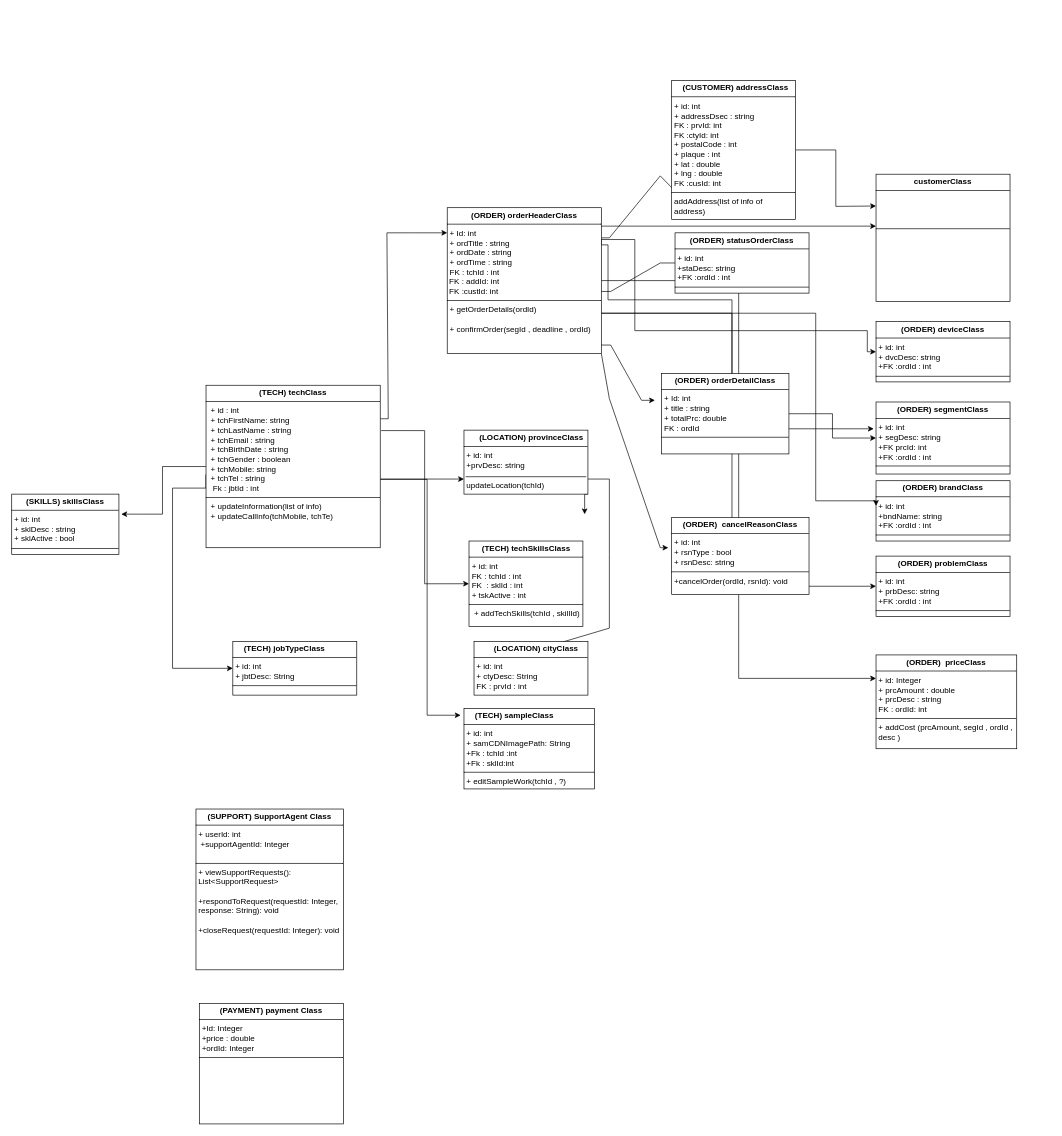
Before: tech.drawio in reyhanehSP/pwaTech, a draw.io diagram. Source tidied: cells renumbered, new cells numbered last; positions are measured from the earlier drawing's top-left corner, leaving out a move shared by most shapes. Both pictures are drawn from the tidied source at 67%, with x=0, y=0 at pixel (11, 80).
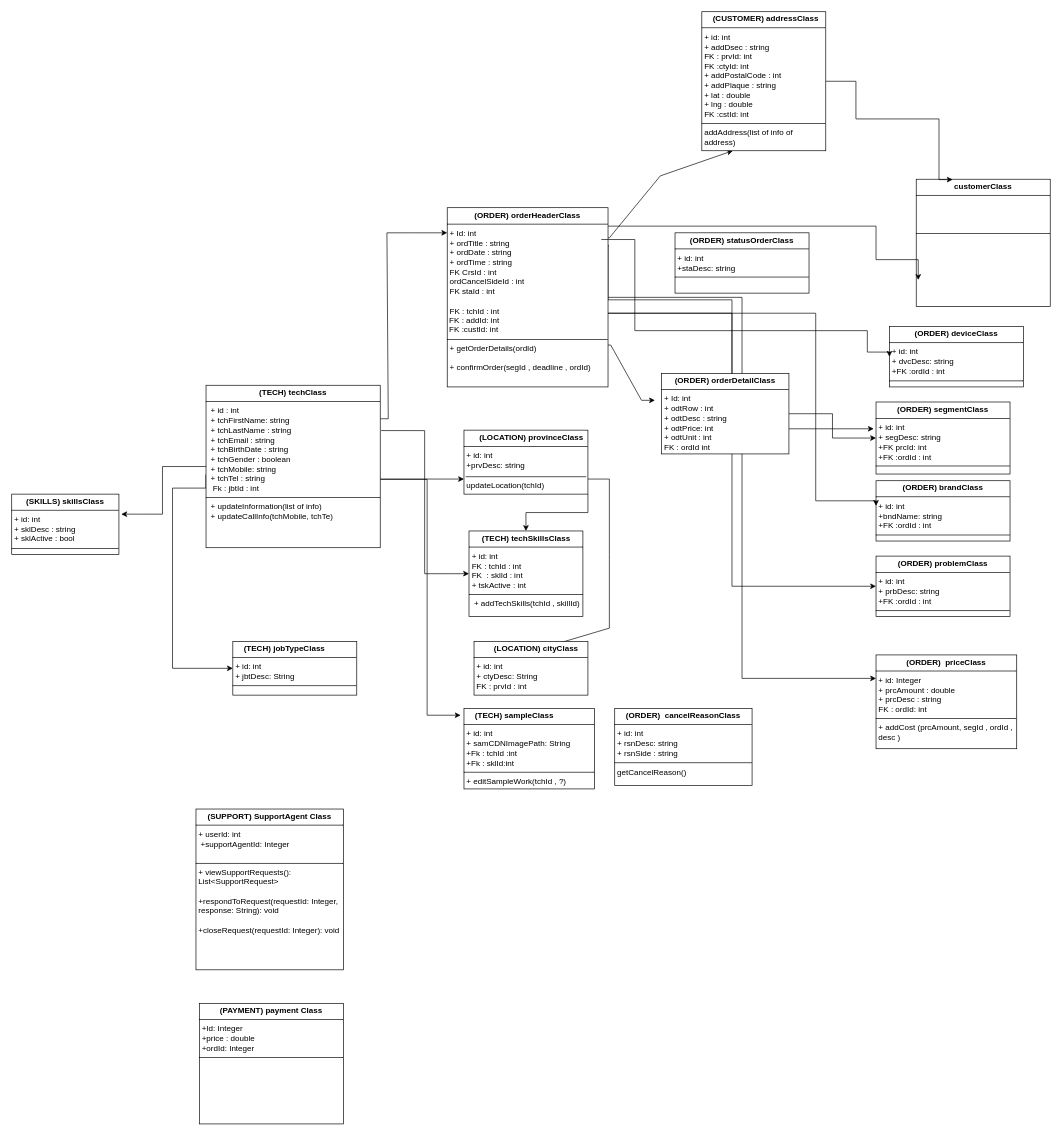
The same diagram, later.

Unchanged cells that the change refers to:
```xml
<mxCell id="23" value="&lt;p style=&quot;text-align: left; margin: 4px 0px 0px;&quot;&gt;&lt;b style=&quot;background-color: initial;&quot;&gt;&amp;nbsp; &amp;nbsp; &amp;nbsp; &amp;nbsp;(&lt;/b&gt;&lt;b style=&quot;background-color: initial;&quot;&gt;LOCATION&lt;/b&gt;&lt;b style=&quot;background-color: initial;&quot;&gt;) p&lt;/b&gt;&lt;span style=&quot;background-color: initial;&quot;&gt;&lt;b&gt;rovinceC&lt;/b&gt;&lt;/span&gt;&lt;b&gt;lass&lt;/b&gt;&lt;/p&gt;&lt;hr size=&quot;1&quot; style=&quot;border-style:solid;&quot;&gt;&lt;p style=&quot;margin:0px;margin-left:4px;&quot;&gt;+ id: int&lt;/p&gt;&lt;p style=&quot;margin:0px;margin-left:4px;&quot;&gt;+prvDesc: string&lt;br&gt;&lt;br&gt;&lt;/p&gt;&lt;p style=&quot;margin:0px;margin-left:4px;&quot;&gt;updateLocation(tchId)&lt;br&gt;&lt;/p&gt;" style="verticalAlign=top;align=left;overflow=fill;html=1;whiteSpace=wrap;" parent="1" vertex="1">
  <mxGeometry x="675" y="522.5" width="185" height="95.5" as="geometry" />
</mxCell>
```

The edit, as a diff of the source:
```diff
@@
     <mxCell id="8" value="&lt;p style=&quot;margin:0px;margin-top:4px;text-align:center;&quot;&gt;&lt;b style=&quot;background-color: initial;&quot;&gt;(&lt;/b&gt;&lt;b&gt;TECH&lt;/b&gt;&lt;b style=&quot;background-color: initial;&quot;&gt;) tech&lt;/b&gt;&lt;b&gt;&lt;span style=&quot;background-color: initial; text-align: left;&quot;&gt;SkillsC&lt;/span&gt;lass&lt;/b&gt;&lt;/p&gt;&lt;hr size=&quot;1&quot; style=&quot;border-style:solid;&quot;&gt;&lt;p style=&quot;margin:0px;margin-left:4px;&quot;&gt;+ id: int&lt;/p&gt;&lt;p style=&quot;margin:0px;margin-left:4px;&quot;&gt;FK : tchId : int&lt;/p&gt;&lt;p style=&quot;margin:0px;margin-left:4px;&quot;&gt;FK&amp;nbsp; : sklId : int&lt;/p&gt;&lt;p style=&quot;margin:0px;margin-left:4px;&quot;&gt;+ tskActive : int&lt;/p&gt;&lt;hr size=&quot;1&quot; style=&quot;border-style:solid;&quot;&gt;&lt;p style=&quot;margin:0px;margin-left:4px;&quot;&gt;&amp;nbsp;+ addTech&lt;span style=&quot;background-color: initial;&quot;&gt;Skills(tchId , skillId)&lt;/span&gt;&lt;/p&gt;" style="verticalAlign=top;align=left;overflow=fill;html=1;whiteSpace=wrap;" parent="1" vertex="1">
-      <mxGeometry x="682.5" y="688" width="170" height="127.5" as="geometry" />
+      <mxGeometry x="682.5" y="673" width="170" height="127.5" as="geometry" />
     </mxCell>
@@
-    <mxCell id="10" style="edgeStyle=orthogonalEdgeStyle;rounded=0;jettySize=auto;html=1;entryX=1;entryY=0.5;entryDx=0;entryDy=0;noEdgeStyle=1;orthogonal=1;" parent="1" edge="1" source="14" target="29">
-      <mxGeometry relative="1" as="geometry">
-        <Array as="points">
-          <mxPoint x="894" y="315.5" />
-          <mxPoint x="968" y="273" />
-        </Array>
-      </mxGeometry>
-    </mxCell>
@@
-    <mxCell id="14" value="&lt;p style=&quot;margin:0px;margin-top:4px;text-align:center;&quot;&gt;&lt;b&gt;(ORDER)&amp;nbsp;&lt;/b&gt;&lt;b style=&quot;background-color: initial;&quot;&gt;orderHeaderClass&lt;/b&gt;&lt;/p&gt;&lt;hr size=&quot;1&quot; style=&quot;border-style:solid;&quot;&gt;&lt;p style=&quot;margin:0px;margin-left:4px;&quot;&gt;+ Id: int&lt;/p&gt;&lt;p style=&quot;margin:0px;margin-left:4px;&quot;&gt;+ ordTitle : string&lt;/p&gt;&lt;p style=&quot;margin:0px;margin-left:4px;&quot;&gt;+ ordDate : string&lt;br&gt;+ ordTime : string&lt;br&gt;&lt;/p&gt;&lt;p style=&quot;margin:0px;margin-left:4px;&quot;&gt;&lt;span style=&quot;background-color: initial;&quot;&gt;FK : tchId : int&lt;/span&gt;&lt;/p&gt;&amp;nbsp;FK : addId: int&lt;div&gt;&amp;nbsp;FK :custId: int&lt;br&gt;&lt;hr size=&quot;1&quot; style=&quot;border-style:solid;&quot;&gt;&lt;p style=&quot;margin:0px;margin-left:4px;&quot;&gt;+ getOrderDetails(ordId)&lt;/p&gt;&lt;p style=&quot;margin:0px;margin-left:4px;&quot;&gt;&lt;br&gt;+ confirmOrder(segId , deadline , ordId)&lt;/p&gt;&lt;p style=&quot;margin:0px;margin-left:4px;&quot;&gt;&lt;br&gt;&lt;/p&gt;&lt;p style=&quot;margin:0px;margin-left:4px;&quot;&gt;&lt;br&gt;&lt;/p&gt;&lt;p style=&quot;margin:0px;margin-left:4px;&quot;&gt;&amp;nbsp;&lt;/p&gt;&lt;p style=&quot;margin:0px;margin-left:4px;&quot;&gt;&lt;br&gt;&lt;br&gt;&lt;/p&gt;&lt;/div&gt;" style="verticalAlign=top;align=left;overflow=fill;html=1;whiteSpace=wrap;" parent="1" vertex="1">
-      <mxGeometry x="650" y="190.5" width="230" height="217.5" as="geometry" />
+    <mxCell id="14" value="&lt;p style=&quot;margin:0px;margin-top:4px;text-align:center;&quot;&gt;&lt;b&gt;(ORDER)&amp;nbsp;&lt;/b&gt;&lt;b style=&quot;background-color: initial;&quot;&gt;orderHeaderClass&lt;/b&gt;&lt;/p&gt;&lt;hr size=&quot;1&quot; style=&quot;border-style:solid;&quot;&gt;&lt;p style=&quot;margin:0px;margin-left:4px;&quot;&gt;+ Id: int&lt;/p&gt;&lt;p style=&quot;margin:0px;margin-left:4px;&quot;&gt;+ ordTitle : string&lt;/p&gt;&lt;p style=&quot;margin:0px;margin-left:4px;&quot;&gt;+ ordDate : string&lt;br&gt;+ ordTime : string&lt;br&gt;&lt;/p&gt;&lt;p style=&quot;margin:0px;margin-left:4px;&quot;&gt;FK CrsId : int&lt;/p&gt;&lt;p style=&quot;margin:0px;margin-left:4px;&quot;&gt;ordCancelSideId : int&lt;/p&gt;&lt;p style=&quot;margin:0px;margin-left:4px;&quot;&gt;FK staId : int&lt;/p&gt;&lt;p style=&quot;margin:0px;margin-left:4px;&quot;&gt;&lt;br&gt;&lt;/p&gt;&lt;p style=&quot;margin:0px;margin-left:4px;&quot;&gt;&lt;span style=&quot;background-color: initial;&quot;&gt;FK : tchId : int&lt;/span&gt;&lt;/p&gt;&amp;nbsp;FK : addId: int&lt;div&gt;&amp;nbsp;FK :custId: int&lt;br&gt;&lt;hr size=&quot;1&quot; style=&quot;border-style:solid;&quot;&gt;&lt;p style=&quot;margin:0px;margin-left:4px;&quot;&gt;+ getOrderDetails(ordId)&lt;/p&gt;&lt;p style=&quot;margin:0px;margin-left:4px;&quot;&gt;&lt;br&gt;+ confirmOrder(segId , deadline , ordId)&lt;/p&gt;&lt;p style=&quot;margin:0px;margin-left:4px;&quot;&gt;&lt;br&gt;&lt;/p&gt;&lt;p style=&quot;margin:0px;margin-left:4px;&quot;&gt;&lt;br&gt;&lt;/p&gt;&lt;p style=&quot;margin:0px;margin-left:4px;&quot;&gt;&amp;nbsp;&lt;/p&gt;&lt;p style=&quot;margin:0px;margin-left:4px;&quot;&gt;&lt;br&gt;&lt;br&gt;&lt;/p&gt;&lt;/div&gt;" style="verticalAlign=top;align=left;overflow=fill;html=1;whiteSpace=wrap;" parent="1" vertex="1">
+      <mxGeometry x="650" y="190.5" width="240" height="267.5" as="geometry" />
     </mxCell>
@@
     <mxCell id="18" value="&lt;p style=&quot;margin:0px;margin-top:4px;text-align:center;&quot;&gt;&lt;b&gt;customerClass&lt;/b&gt;&lt;/p&gt;&lt;hr size=&quot;1&quot; style=&quot;border-style:solid;&quot;&gt;&lt;p style=&quot;margin:0px;margin-left:4px;&quot;&gt;&lt;br&gt;&lt;br&gt;&lt;/p&gt;&lt;p style=&quot;margin:0px;margin-left:4px;&quot;&gt;&amp;nbsp;&lt;br&gt;&lt;/p&gt;&lt;hr size=&quot;1&quot; style=&quot;border-style:solid;&quot;&gt;&lt;p style=&quot;margin:0px;margin-left:4px;&quot;&gt;&amp;nbsp;&lt;br&gt;&lt;/p&gt;" style="verticalAlign=top;align=left;overflow=fill;html=1;whiteSpace=wrap;" parent="1" vertex="1">
-      <mxGeometry x="1290" y="140.5" width="200" height="190" as="geometry" />
+      <mxGeometry x="1350" y="148" width="200" height="190" as="geometry" />
     </mxCell>
-    <mxCell id="19" style="edgeStyle=orthogonalEdgeStyle;rounded=0;jettySize=auto;html=1;" parent="1" edge="1" source="20">
+    <mxCell id="19" style="edgeStyle=orthogonalEdgeStyle;rounded=0;jettySize=auto;html=1;entryX=0.272;entryY=0.003;entryDx=0;entryDy=0;entryPerimeter=0;" parent="1" edge="1" source="20" target="18">
       <mxGeometry relative="1" as="geometry">
-        <mxPoint x="1290" y="188" as="targetPoint" />
+        <Array as="points">
+          <mxPoint x="1260" y="2" />
+          <mxPoint x="1260" y="58" />
+          <mxPoint x="1384" y="58" />
+        </Array>
       </mxGeometry>
     </mxCell>
-    <mxCell id="20" value="&lt;p style=&quot;text-align: left; margin: 4px 0px 0px;&quot;&gt;&lt;b style=&quot;background-color: initial;&quot;&gt;&amp;nbsp; &amp;nbsp; &amp;nbsp;(CUSTOMER) a&lt;/b&gt;&lt;b&gt;&lt;span style=&quot;background-color: initial;&quot;&gt;ddressC&lt;/span&gt;lass&lt;/b&gt;&lt;/p&gt;&lt;hr size=&quot;1&quot; style=&quot;border-style:solid;&quot;&gt;&lt;p style=&quot;margin:0px;margin-left:4px;&quot;&gt;+ id: int&lt;/p&gt;&lt;p style=&quot;margin:0px;margin-left:4px;&quot;&gt;+ addressDsec : string&lt;/p&gt;&lt;p style=&quot;margin:0px;margin-left:4px;&quot;&gt;FK : prvId: int&lt;/p&gt;&lt;p style=&quot;margin:0px;margin-left:4px;&quot;&gt;FK :ctyId: int&lt;/p&gt;&lt;p style=&quot;margin:0px;margin-left:4px;&quot;&gt;+ postalCode : int&lt;br&gt;+ plaque : int&lt;/p&gt;&lt;p style=&quot;margin:0px;margin-left:4px;&quot;&gt;&lt;span style=&quot;background-color: initial;&quot;&gt;+ lat : double&lt;/span&gt;&lt;/p&gt;&lt;p style=&quot;margin:0px;margin-left:4px;&quot;&gt;+ lng : double&lt;/p&gt;&lt;p style=&quot;margin:0px;margin-left:4px;&quot;&gt;FK :cusId: int&lt;/p&gt;&lt;hr size=&quot;1&quot; style=&quot;border-style:solid;&quot;&gt;&lt;p style=&quot;margin:0px;margin-left:4px;&quot;&gt;addAddress(list of info of address)&lt;/p&gt;" style="verticalAlign=top;align=left;overflow=fill;html=1;whiteSpace=wrap;" parent="1" vertex="1">
-      <mxGeometry x="985" y="0.5" width="185" height="207.5" as="geometry" />
+    <mxCell id="20" value="&lt;p style=&quot;text-align: left; margin: 4px 0px 0px;&quot;&gt;&lt;b style=&quot;background-color: initial;&quot;&gt;&amp;nbsp; &amp;nbsp; &amp;nbsp;(CUSTOMER) a&lt;/b&gt;&lt;b&gt;&lt;span style=&quot;background-color: initial;&quot;&gt;ddressC&lt;/span&gt;lass&lt;/b&gt;&lt;/p&gt;&lt;hr size=&quot;1&quot; style=&quot;border-style:solid;&quot;&gt;&lt;p style=&quot;margin:0px;margin-left:4px;&quot;&gt;+ id: int&lt;/p&gt;&lt;p style=&quot;margin:0px;margin-left:4px;&quot;&gt;+ addDsec : string&lt;/p&gt;&lt;p style=&quot;margin:0px;margin-left:4px;&quot;&gt;FK : prvId: int&lt;/p&gt;&lt;p style=&quot;margin:0px;margin-left:4px;&quot;&gt;FK :ctyId: int&lt;/p&gt;&lt;p style=&quot;margin:0px;margin-left:4px;&quot;&gt;+ addPostalCode : int&lt;br&gt;+ addPlaque : string&lt;/p&gt;&lt;p style=&quot;margin:0px;margin-left:4px;&quot;&gt;&lt;span style=&quot;background-color: initial;&quot;&gt;+ lat : double&lt;/span&gt;&lt;/p&gt;&lt;p style=&quot;margin:0px;margin-left:4px;&quot;&gt;+ lng : double&lt;/p&gt;&lt;p style=&quot;margin:0px;margin-left:4px;&quot;&gt;FK :cstId: int&lt;/p&gt;&lt;hr size=&quot;1&quot; style=&quot;border-style:solid;&quot;&gt;&lt;p style=&quot;margin:0px;margin-left:4px;&quot;&gt;addAddress(list of info of address)&lt;/p&gt;" style="verticalAlign=top;align=left;overflow=fill;html=1;whiteSpace=wrap;" parent="1" vertex="1">
+      <mxGeometry x="1030" y="-102" width="185" height="207.5" as="geometry" />
     </mxCell>
@@
-    <mxCell id="22" style="edgeStyle=orthogonalEdgeStyle;rounded=0;jettySize=auto;html=1;exitX=1;exitY=1;exitDx=0;exitDy=0;" parent="1" edge="1" source="23">
-      <mxGeometry relative="1" as="geometry">
-        <mxPoint x="855.1" y="648" as="targetPoint" />
-      </mxGeometry>
+    <mxCell id="22" style="edgeStyle=orthogonalEdgeStyle;rounded=0;jettySize=auto;html=1;exitX=1;exitY=1;exitDx=0;exitDy=0;" parent="1" edge="1" source="23" target="8">
+      <mxGeometry relative="1" as="geometry" />
     </mxCell>
@@
-    <mxCell id="27" value="&lt;p style=&quot;margin:0px;margin-top:4px;text-align:center;&quot;&gt;&lt;b&gt;(&lt;/b&gt;&lt;b&gt;ORDER&lt;/b&gt;&lt;b&gt;)&amp;nbsp;&lt;/b&gt;&lt;b style=&quot;background-color: initial;&quot;&gt;orderDetailClass&lt;/b&gt;&lt;/p&gt;&lt;hr size=&quot;1&quot; style=&quot;border-style:solid;&quot;&gt;&lt;p style=&quot;margin:0px;margin-left:4px;&quot;&gt;+ Id: int&lt;/p&gt;&lt;p style=&quot;margin:0px;margin-left:4px;&quot;&gt;+ title : string&lt;/p&gt;&lt;p style=&quot;margin:0px;margin-left:4px;&quot;&gt;+ totalPrc: double&lt;/p&gt;&lt;p style=&quot;margin:0px;margin-left:4px;&quot;&gt;FK : ordId&lt;/p&gt;&lt;hr size=&quot;1&quot; style=&quot;border-style:solid;&quot;&gt;&lt;p style=&quot;margin:0px;margin-left:4px;&quot;&gt;&lt;br&gt;&lt;br&gt;&lt;br&gt;&lt;br&gt;&lt;/p&gt;" style="verticalAlign=top;align=left;overflow=fill;html=1;whiteSpace=wrap;" parent="1" vertex="1">
+    <mxCell id="27" value="&lt;p style=&quot;margin:0px;margin-top:4px;text-align:center;&quot;&gt;&lt;b&gt;(&lt;/b&gt;&lt;b&gt;ORDER&lt;/b&gt;&lt;b&gt;)&amp;nbsp;&lt;/b&gt;&lt;b style=&quot;background-color: initial;&quot;&gt;orderDetailClass&lt;/b&gt;&lt;/p&gt;&lt;hr size=&quot;1&quot; style=&quot;border-style:solid;&quot;&gt;&lt;p style=&quot;margin:0px;margin-left:4px;&quot;&gt;+ Id: int&lt;/p&gt;&lt;p style=&quot;margin:0px;margin-left:4px;&quot;&gt;+ odtRow : int&lt;/p&gt;&lt;p style=&quot;margin:0px;margin-left:4px;&quot;&gt;+ odtDesc : string&lt;/p&gt;&lt;p style=&quot;margin:0px;margin-left:4px;&quot;&gt;+ odtPrice: int&lt;/p&gt;&lt;p style=&quot;margin:0px;margin-left:4px;&quot;&gt;+ odtUnit : int&lt;br&gt;&lt;/p&gt;&lt;p style=&quot;margin:0px;margin-left:4px;&quot;&gt;FK : ordId int&lt;/p&gt;&lt;hr size=&quot;1&quot; style=&quot;border-style:solid;&quot;&gt;&lt;p style=&quot;margin:0px;margin-left:4px;&quot;&gt;&lt;br&gt;&lt;br&gt;&lt;br&gt;&lt;br&gt;&lt;/p&gt;" style="verticalAlign=top;align=left;overflow=fill;html=1;whiteSpace=wrap;" parent="1" vertex="1">
       <mxGeometry x="970" y="438" width="190" height="120" as="geometry" />
     </mxCell>
@@
-    <mxCell id="29" value="&lt;p style=&quot;margin:0px;margin-top:4px;text-align:center;&quot;&gt;&lt;b&gt;(&lt;/b&gt;&lt;b&gt;ORDER&lt;/b&gt;&lt;b&gt;) statusOrderClass&lt;/b&gt;&lt;br&gt;&lt;/p&gt;&lt;hr size=&quot;1&quot; style=&quot;border-style:solid;&quot;&gt;&lt;p style=&quot;margin:0px;margin-left:4px;&quot;&gt;+ id: int&lt;/p&gt;&lt;p style=&quot;margin:0px;margin-left:4px;&quot;&gt;+staDesc:&amp;nbsp;&lt;span style=&quot;background-color: initial;&quot;&gt;string&lt;/span&gt;&lt;/p&gt;&lt;p style=&quot;margin:0px;margin-left:4px;&quot;&gt;&lt;span style=&quot;text-align: center;&quot;&gt;+FK :ordId : int&lt;/span&gt;&lt;span style=&quot;background-color: initial;&quot;&gt;&lt;br&gt;&lt;/span&gt;&lt;/p&gt;&lt;hr size=&quot;1&quot; style=&quot;border-style:solid;&quot;&gt;&lt;p style=&quot;margin:0px;margin-left:4px;&quot;&gt;&lt;br&gt;&lt;br&gt;&lt;br&gt;&lt;/p&gt;" style="verticalAlign=top;align=left;overflow=fill;html=1;whiteSpace=wrap;" parent="1" vertex="1">
+    <mxCell id="29" value="&lt;p style=&quot;margin:0px;margin-top:4px;text-align:center;&quot;&gt;&lt;b&gt;(&lt;/b&gt;&lt;b&gt;ORDER&lt;/b&gt;&lt;b&gt;) statusOrderClass&lt;/b&gt;&lt;br&gt;&lt;/p&gt;&lt;hr size=&quot;1&quot; style=&quot;border-style:solid;&quot;&gt;&lt;p style=&quot;margin:0px;margin-left:4px;&quot;&gt;+ id: int&lt;/p&gt;&lt;p style=&quot;margin:0px;margin-left:4px;&quot;&gt;+staDesc:&amp;nbsp;&lt;span style=&quot;background-color: initial;&quot;&gt;string&lt;/span&gt;&lt;/p&gt;&lt;hr size=&quot;1&quot; style=&quot;border-style:solid;&quot;&gt;&lt;p style=&quot;margin:0px;margin-left:4px;&quot;&gt;&lt;br&gt;&lt;br&gt;&lt;br&gt;&lt;/p&gt;" style="verticalAlign=top;align=left;overflow=fill;html=1;whiteSpace=wrap;" parent="1" vertex="1">
       <mxGeometry x="990" y="228" width="200" height="90" as="geometry" />
     </mxCell>
@@
     <mxCell id="32" value="&lt;p style=&quot;margin:0px;margin-top:4px;text-align:center;&quot;&gt;&lt;b&gt;(&lt;/b&gt;&lt;b&gt;ORDER&lt;/b&gt;&lt;b&gt;)&amp;nbsp;&lt;/b&gt;&lt;b&gt;device&lt;/b&gt;&lt;b&gt;Class&lt;/b&gt;&lt;br&gt;&lt;/p&gt;&lt;hr size=&quot;1&quot; style=&quot;border-style:solid;&quot;&gt;&lt;p style=&quot;margin:0px;margin-left:4px;&quot;&gt;+ id: int&lt;/p&gt;&lt;p style=&quot;margin:0px;margin-left:4px;&quot;&gt;+&amp;nbsp;&lt;span style=&quot;text-align: center;&quot;&gt;dvc&lt;/span&gt;Desc:&amp;nbsp;&lt;span style=&quot;background-color: initial;&quot;&gt;string&lt;/span&gt;&lt;/p&gt;&lt;p style=&quot;margin:0px;margin-left:4px;&quot;&gt;&lt;span style=&quot;text-align: center;&quot;&gt;+FK :ordId : int&lt;/span&gt;&lt;span style=&quot;background-color: initial;&quot;&gt;&lt;br&gt;&lt;/span&gt;&lt;/p&gt;&lt;hr size=&quot;1&quot; style=&quot;border-style:solid;&quot;&gt;&lt;p style=&quot;margin:0px;margin-left:4px;&quot;&gt;&lt;br&gt;&lt;br&gt;&lt;br&gt;&lt;/p&gt;" style="verticalAlign=top;align=left;overflow=fill;html=1;whiteSpace=wrap;" parent="1" vertex="1">
-      <mxGeometry x="1290" y="360.5" width="200" height="90" as="geometry" />
+      <mxGeometry x="1310" y="368" width="200" height="90" as="geometry" />
     </mxCell>
@@
-    <mxCell id="34" value="&lt;p style=&quot;margin:0px;margin-top:4px;text-align:center;&quot;&gt;&lt;b&gt;(&lt;/b&gt;&lt;b&gt;ORDER&lt;/b&gt;&lt;span style=&quot;background-color: initial;&quot;&gt;&lt;b&gt;)&amp;nbsp; cancelReasonClass&lt;/b&gt;&lt;/span&gt;&lt;/p&gt;&lt;hr size=&quot;1&quot; style=&quot;border-style:solid;&quot;&gt;&lt;p style=&quot;margin:0px;margin-left:4px;&quot;&gt;+ id: int&lt;/p&gt;&lt;p style=&quot;margin:0px;margin-left:4px;&quot;&gt;+ rsnType : bool&lt;/p&gt;&lt;p style=&quot;margin:0px;margin-left:4px;&quot;&gt;+ rsnDesc:&amp;nbsp;&lt;span style=&quot;background-color: initial;&quot;&gt;string&lt;/span&gt;&lt;/p&gt;&lt;hr size=&quot;1&quot; style=&quot;border-style:solid;&quot;&gt;&lt;p style=&quot;margin:0px;margin-left:4px;&quot;&gt;+cancelOrder(ordId, rsnId): void&lt;br&gt;&lt;br&gt;&lt;br&gt;&lt;/p&gt;" style="verticalAlign=top;align=left;overflow=fill;html=1;whiteSpace=wrap;" parent="1" vertex="1">
-      <mxGeometry x="985" y="653" width="205" height="115" as="geometry" />
+    <mxCell id="34" value="&lt;p style=&quot;margin:0px;margin-top:4px;text-align:center;&quot;&gt;&lt;b&gt;(&lt;/b&gt;&lt;b&gt;ORDER&lt;/b&gt;&lt;span style=&quot;background-color: initial;&quot;&gt;&lt;b&gt;)&amp;nbsp; cancelReasonClass&lt;/b&gt;&lt;/span&gt;&lt;/p&gt;&lt;hr size=&quot;1&quot; style=&quot;border-style:solid;&quot;&gt;&lt;p style=&quot;margin:0px;margin-left:4px;&quot;&gt;+ id: int&lt;/p&gt;&lt;p style=&quot;margin:0px;margin-left:4px;&quot;&gt;+ rsnDesc:&amp;nbsp;&lt;span style=&quot;background-color: initial;&quot;&gt;string&lt;/span&gt;&lt;/p&gt;&lt;p style=&quot;margin:0px;margin-left:4px;&quot;&gt;&lt;span style=&quot;background-color: initial;&quot;&gt;+ rsnSide : string&lt;/span&gt;&lt;/p&gt;&lt;hr size=&quot;1&quot; style=&quot;border-style:solid;&quot;&gt;&lt;p style=&quot;margin:0px;margin-left:4px;&quot;&gt;getCancelReason()&lt;/p&gt;" style="verticalAlign=top;align=left;overflow=fill;html=1;whiteSpace=wrap;" parent="1" vertex="1">
+      <mxGeometry x="900" y="938" width="205" height="115" as="geometry" />
     </mxCell>
-    <mxCell id="35" style="edgeStyle=orthogonalEdgeStyle;rounded=0;jettySize=auto;html=1;noEdgeStyle=1;orthogonal=1;" parent="1" edge="1" source="14">
-      <mxGeometry relative="1" as="geometry">
-        <mxPoint x="980" y="698" as="targetPoint" />
-        <Array as="points">
-          <mxPoint x="892" y="475.5" />
-          <mxPoint x="968" y="698" />
-        </Array>
-      </mxGeometry>
-    </mxCell>
-    <mxCell id="36" style="edgeStyle=orthogonalEdgeStyle;rounded=0;jettySize=auto;html=1;" parent="1" edge="1" source="14">
+    <mxCell id="36" style="edgeStyle=orthogonalEdgeStyle;rounded=0;jettySize=auto;html=1;entryX=0.015;entryY=0.791;entryDx=0;entryDy=0;entryPerimeter=0;" parent="1" edge="1" source="14" target="18">
       <mxGeometry relative="1" as="geometry">
-        <mxPoint x="1290" y="218" as="targetPoint" />
         <Array as="points">
           <mxPoint x="1290" y="218" />
+          <mxPoint x="1290" y="268" />
         </Array>
       </mxGeometry>
     </mxCell>
```
